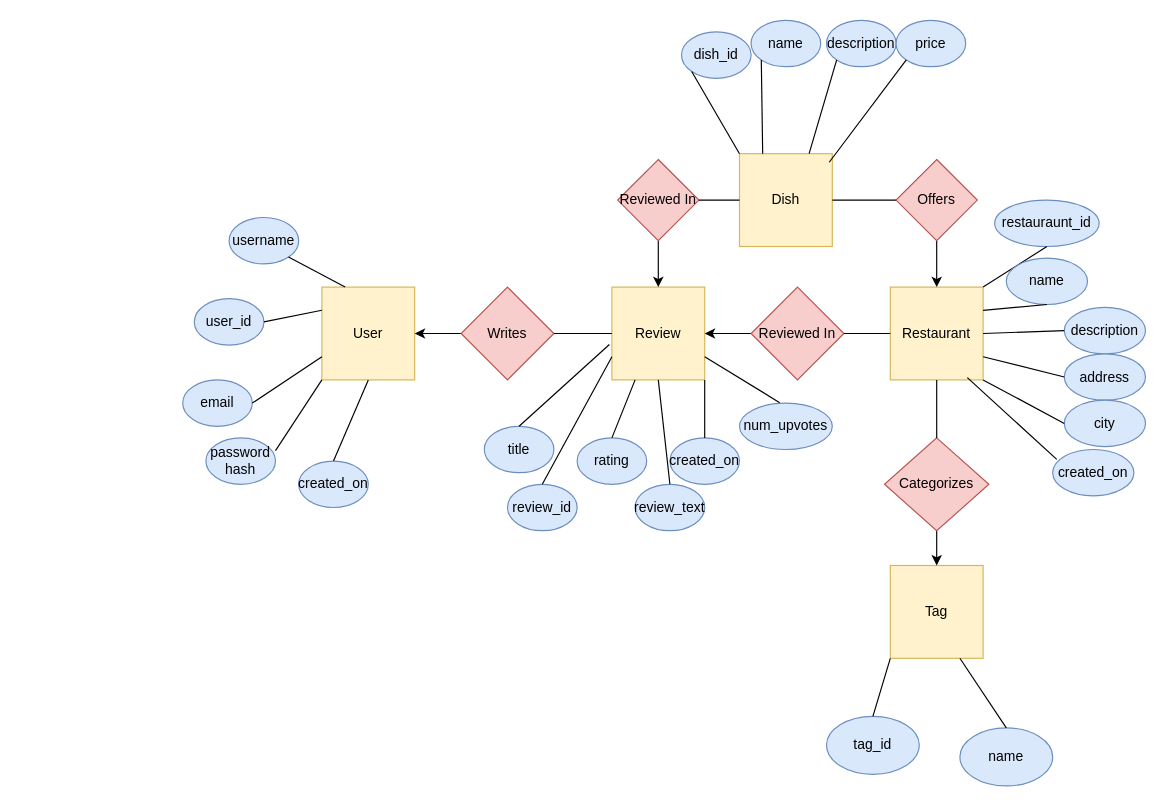
This is diagrams/ERD.drawio from milesrose13/VictoriaEats, a draw.io file, before an edit. Source tidied: cells renumbered, new cells numbered last; positions are measured from the earlier drawing's top-left corner, leaving out a move shared by most shapes. Both pictures are drawn from the tidied source at 116%, with x=0, y=0 at pixel (182, 20).
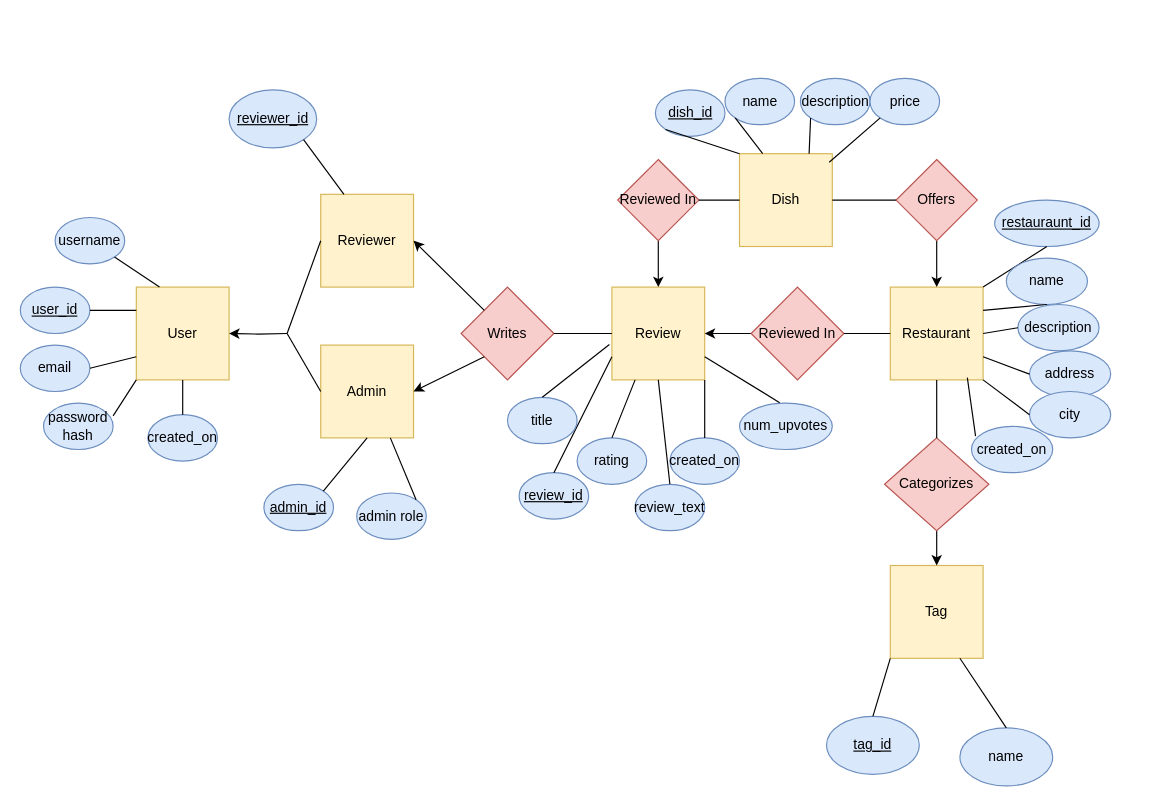
The same page after the edit.

The change refers to these unchanged cells:
```xml
<mxCell id="6" value="Writes" style="rhombus;whiteSpace=wrap;html=1;fillColor=#f8cecc;strokeColor=#b85450;" parent="1" vertex="1">
  <mxGeometry x="240" y="230" width="80" height="80" as="geometry" />
</mxCell>
```

Change to the diagram source:
```diff
@@
     <mxCell id="2" value="User" style="whiteSpace=wrap;html=1;fillColor=#fff2cc;strokeColor=#d6b656;" parent="1" vertex="1">
-      <mxGeometry x="120" y="230" width="80" height="80" as="geometry" />
+      <mxGeometry x="-40" y="230" width="80" height="80" as="geometry" />
     </mxCell>
@@
-    <mxCell id="5" style="edgeStyle=orthogonalEdgeStyle;rounded=0;jettySize=auto;html=1;" parent="1" edge="1" source="6" target="2">
-      <mxGeometry relative="1" as="geometry" />
+    <mxCell id="5" style="edgeStyle=orthogonalEdgeStyle;rounded=0;jettySize=auto;html=1;" parent="1" edge="1" target="2">
+      <mxGeometry relative="1" as="geometry">
+        <mxPoint x="90" y="270" as="sourcePoint" />
+      </mxGeometry>
     </mxCell>
@@
     <mxCell id="15" value="email" style="ellipse;whiteSpace=wrap;html=1;fillColor=#dae8fc;strokeColor=#6c8ebf;" parent="1" vertex="1">
-      <mxGeometry y="310" width="60" height="40" as="geometry" />
+      <mxGeometry x="-140" y="280" width="60" height="40" as="geometry" />
     </mxCell>
     <mxCell id="16" value="password hash" style="ellipse;whiteSpace=wrap;html=1;fillColor=#dae8fc;strokeColor=#6c8ebf;" parent="1" vertex="1">
-      <mxGeometry x="20" y="360" width="60" height="40" as="geometry" />
+      <mxGeometry x="-120" y="330" width="60" height="40" as="geometry" />
     </mxCell>
-    <mxCell id="17" value="user_id" style="ellipse;whiteSpace=wrap;html=1;fillColor=#dae8fc;strokeColor=#6c8ebf;" parent="1" vertex="1">
-      <mxGeometry x="10" y="240" width="60" height="40" as="geometry" />
+    <mxCell id="17" value="&lt;u&gt;user_id&lt;/u&gt;" style="ellipse;whiteSpace=wrap;html=1;fillColor=#dae8fc;strokeColor=#6c8ebf;" parent="1" vertex="1">
+      <mxGeometry x="-140" y="230" width="60" height="40" as="geometry" />
     </mxCell>
     <mxCell id="18" value="created_on" style="ellipse;whiteSpace=wrap;html=1;fillColor=#dae8fc;strokeColor=#6c8ebf;" parent="1" vertex="1">
-      <mxGeometry x="100" y="380" width="60" height="40" as="geometry" />
+      <mxGeometry x="-30" y="340" width="60" height="40" as="geometry" />
     </mxCell>
     <mxCell id="19" value="username" style="ellipse;whiteSpace=wrap;html=1;fillColor=#dae8fc;strokeColor=#6c8ebf;" parent="1" vertex="1">
-      <mxGeometry x="40" y="170" width="60" height="40" as="geometry" />
+      <mxGeometry x="-110" y="170" width="60" height="40" as="geometry" />
     </mxCell>
@@
-    <mxCell id="32" value="review_id" style="ellipse;whiteSpace=wrap;html=1;fillColor=#dae8fc;strokeColor=#6c8ebf;" parent="1" vertex="1">
-      <mxGeometry x="280" y="400" width="60" height="40" as="geometry" />
+    <mxCell id="32" value="&lt;u&gt;review_id&lt;/u&gt;" style="ellipse;whiteSpace=wrap;html=1;fillColor=#dae8fc;strokeColor=#6c8ebf;" parent="1" vertex="1">
+      <mxGeometry x="290" y="390" width="60" height="40" as="geometry" />
     </mxCell>
@@
-    <mxCell id="40" value="dish_id" style="ellipse;whiteSpace=wrap;html=1;fillColor=#dae8fc;strokeColor=#6c8ebf;" parent="1" vertex="1">
-      <mxGeometry x="430" y="10" width="60" height="40" as="geometry" />
+    <mxCell id="40" value="&lt;u&gt;dish_id&lt;/u&gt;" style="ellipse;whiteSpace=wrap;html=1;fillColor=#dae8fc;strokeColor=#6c8ebf;" parent="1" vertex="1">
+      <mxGeometry x="407.5" y="60" width="60" height="40" as="geometry" />
     </mxCell>
@@
     <mxCell id="42" value="&lt;div&gt;title&lt;/div&gt;" style="ellipse;whiteSpace=wrap;html=1;fillColor=#dae8fc;strokeColor=#6c8ebf;" parent="1" vertex="1">
-      <mxGeometry x="260" y="350" width="60" height="40" as="geometry" />
+      <mxGeometry x="280" y="325" width="60" height="40" as="geometry" />
     </mxCell>
@@
     <mxCell id="44" value="name" style="ellipse;whiteSpace=wrap;html=1;fillColor=#dae8fc;strokeColor=#6c8ebf;" parent="1" vertex="1">
-      <mxGeometry x="490" width="60" height="40" as="geometry" />
+      <mxGeometry x="467.5" y="50" width="60" height="40" as="geometry" />
     </mxCell>
@@
     <mxCell id="46" value="description" style="ellipse;whiteSpace=wrap;html=1;fillColor=#dae8fc;strokeColor=#6c8ebf;" parent="1" vertex="1">
-      <mxGeometry x="555" width="60" height="40" as="geometry" />
+      <mxGeometry x="532.5" y="50" width="60" height="40" as="geometry" />
     </mxCell>
@@
     <mxCell id="48" value="price" style="ellipse;whiteSpace=wrap;html=1;fillColor=#dae8fc;strokeColor=#6c8ebf;" parent="1" vertex="1">
-      <mxGeometry x="615" width="60" height="40" as="geometry" />
+      <mxGeometry x="592.5" y="50" width="60" height="40" as="geometry" />
     </mxCell>
@@
-    <mxCell id="50" value="restauraunt_id" style="ellipse;whiteSpace=wrap;html=1;fillColor=#dae8fc;strokeColor=#6c8ebf;" parent="1" vertex="1">
+    <mxCell id="50" value="&lt;u&gt;restauraunt_id&lt;/u&gt;" style="ellipse;whiteSpace=wrap;html=1;fillColor=#dae8fc;strokeColor=#6c8ebf;" parent="1" vertex="1">
       <mxGeometry x="700" y="155" width="90" height="40" as="geometry" />
     </mxCell>
@@
     <mxCell id="54" value="description" style="ellipse;whiteSpace=wrap;html=1;fillColor=#dae8fc;strokeColor=#6c8ebf;" parent="1" vertex="1">
-      <mxGeometry x="760" y="247.5" width="70" height="40" as="geometry" />
+      <mxGeometry x="720" y="245" width="70" height="40" as="geometry" />
     </mxCell>
@@
     <mxCell id="56" value="address" style="ellipse;whiteSpace=wrap;html=1;fillColor=#dae8fc;strokeColor=#6c8ebf;" parent="1" vertex="1">
-      <mxGeometry x="760" y="287.5" width="70" height="40" as="geometry" />
+      <mxGeometry x="730" y="285" width="70" height="40" as="geometry" />
     </mxCell>
@@
     <mxCell id="58" value="city" style="ellipse;whiteSpace=wrap;html=1;fillColor=#dae8fc;strokeColor=#6c8ebf;" parent="1" vertex="1">
-      <mxGeometry x="760" y="327.5" width="70" height="40" as="geometry" />
+      <mxGeometry x="730" y="320" width="70" height="40" as="geometry" />
     </mxCell>
@@
     <mxCell id="60" value="created_on" style="ellipse;whiteSpace=wrap;html=1;fillColor=#dae8fc;strokeColor=#6c8ebf;" parent="1" vertex="1">
-      <mxGeometry x="750" y="370" width="70" height="40" as="geometry" />
+      <mxGeometry x="680" y="350" width="70" height="40" as="geometry" />
     </mxCell>
@@
-    <mxCell id="62" value="tag_id" style="ellipse;whiteSpace=wrap;html=1;fillColor=#dae8fc;strokeColor=#6c8ebf;" parent="1" vertex="1">
+    <mxCell id="62" value="&lt;u&gt;tag_id&lt;/u&gt;" style="ellipse;whiteSpace=wrap;html=1;fillColor=#dae8fc;strokeColor=#6c8ebf;" parent="1" vertex="1">
       <mxGeometry x="555" y="600" width="80" height="50" as="geometry" />
     </mxCell>
@@
+    <mxCell id="68" value="Reviewer" style="whiteSpace=wrap;html=1;fillColor=#fff2cc;strokeColor=#d6b656;" parent="1" vertex="1">
+      <mxGeometry x="119" y="150" width="80" height="80" as="geometry" />
+    </mxCell>
+    <mxCell id="69" style="endArrow=none;html=1;rounded=0;exitX=0;exitY=0.5;exitDx=0;exitDy=0;" parent="1" edge="1" source="68">
+      <mxGeometry relative="1" as="geometry">
+        <mxPoint x="90" y="270" as="targetPoint" />
+      </mxGeometry>
+    </mxCell>
+    <mxCell id="70" value="Admin" style="whiteSpace=wrap;html=1;fillColor=#fff2cc;strokeColor=#d6b656;" parent="1" vertex="1">
+      <mxGeometry x="119" y="280" width="80" height="80" as="geometry" />
+    </mxCell>
+    <mxCell id="71" style="endArrow=none;html=1;rounded=0;entryX=0;entryY=0.5;entryDx=0;entryDy=0;" parent="1" edge="1" target="70">
+      <mxGeometry relative="1" as="geometry">
+        <mxPoint x="90" y="270" as="sourcePoint" />
+      </mxGeometry>
+    </mxCell>
+    <mxCell id="72" value="&lt;u&gt;admin_id&lt;/u&gt;" style="ellipse;whiteSpace=wrap;html=1;fillColor=#dae8fc;strokeColor=#6c8ebf;" parent="1" vertex="1">
+      <mxGeometry x="70" y="400" width="60" height="40" as="geometry" />
+    </mxCell>
+    <mxCell id="73" style="endArrow=none;html=1;rounded=0;entryX=1;entryY=0;entryDx=0;entryDy=0;exitX=0.5;exitY=1;exitDx=0;exitDy=0;" parent="1" edge="1" source="70" target="72">
+      <mxGeometry relative="1" as="geometry" />
+    </mxCell>
+    <mxCell id="74" value="&lt;u&gt;reviewer_id&lt;/u&gt;" style="ellipse;whiteSpace=wrap;html=1;fillColor=#dae8fc;strokeColor=#6c8ebf;" parent="1" vertex="1">
+      <mxGeometry x="40" y="60" width="75.5" height="50" as="geometry" />
+    </mxCell>
+    <mxCell id="75" style="endArrow=none;html=1;rounded=0;entryX=1;entryY=1;entryDx=0;entryDy=0;exitX=0.25;exitY=0;exitDx=0;exitDy=0;" parent="1" edge="1" source="68" target="74">
+      <mxGeometry relative="1" as="geometry" />
+    </mxCell>
+    <mxCell id="76" style="endArrow=classic;html=1;rounded=0;exitX=0;exitY=1;exitDx=0;exitDy=0;entryX=1;entryY=0.5;entryDx=0;entryDy=0;" parent="1" edge="1" source="6" target="70">
+      <mxGeometry relative="1" as="geometry" />
+    </mxCell>
+    <mxCell id="77" style="endArrow=classic;html=1;rounded=0;exitX=0;exitY=0;exitDx=0;exitDy=0;entryX=1;entryY=0.5;entryDx=0;entryDy=0;" parent="1" edge="1" source="6" target="68">
+      <mxGeometry relative="1" as="geometry" />
+    </mxCell>
+    <mxCell id="78" value="admin role" style="ellipse;whiteSpace=wrap;html=1;fillColor=#dae8fc;strokeColor=#6c8ebf;" parent="1" vertex="1">
+      <mxGeometry x="150" y="407.5" width="60" height="40" as="geometry" />
+    </mxCell>
+    <mxCell id="79" style="endArrow=none;html=1;rounded=0;entryX=1;entryY=0;entryDx=0;entryDy=0;exitX=0.75;exitY=1;exitDx=0;exitDy=0;" parent="1" edge="1" source="70" target="78">
+      <mxGeometry relative="1" as="geometry" />
+    </mxCell>
```
